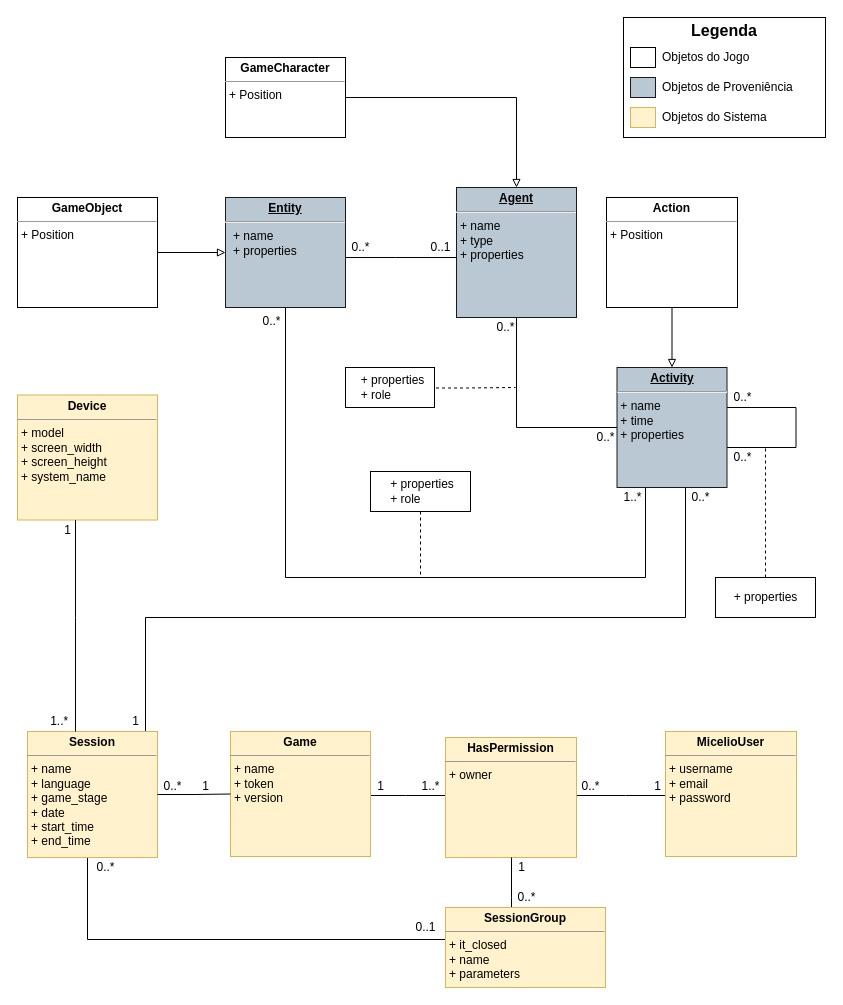
multisens/micelio keeps this draw.io diagram as page "WebAPI Class Model" (4 of 6) of Documentation/Diagramas/Modelo De Dados Proveniencia.drawio. Above is the earlier version. Source tidied: cells renumbered, new cells numbered last; positions are measured from the earlier drawing's top-left corner, leaving out a move shared by most shapes. Both pictures are drawn from the tidied source at 100%, with x=0, y=0 at pixel (17, 17).
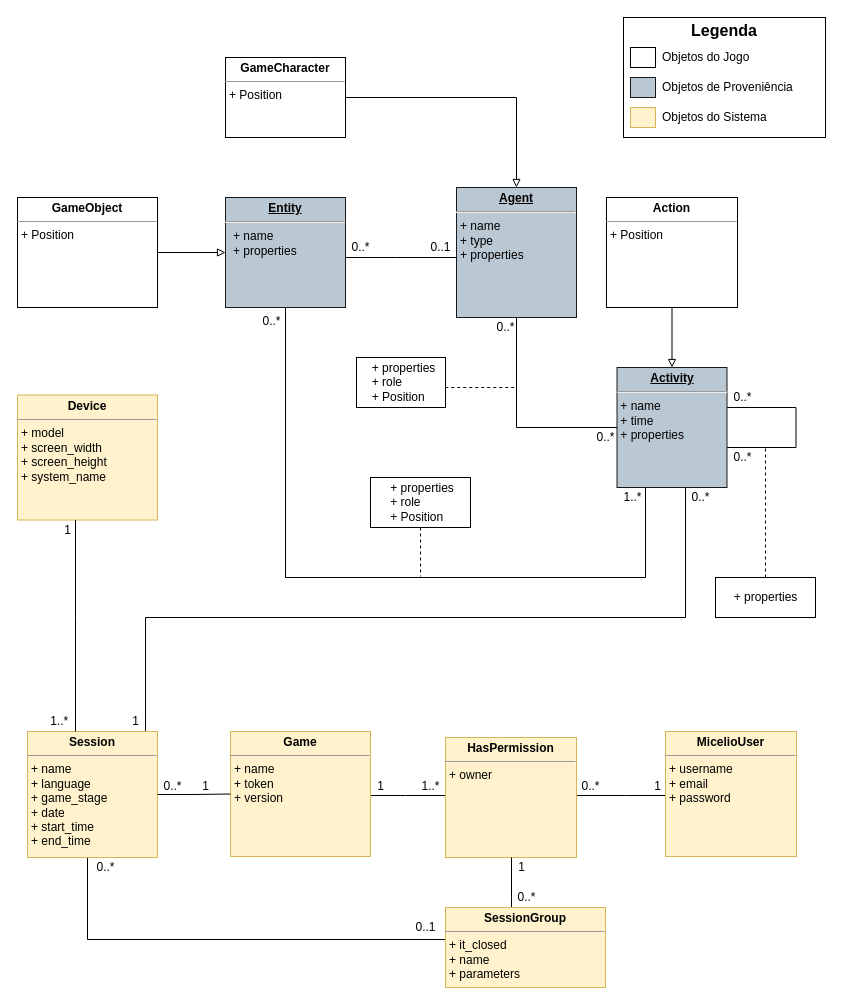
The same page after the edit.

What changed in the source:
```diff
@@
-    <mxCell id="39" value="&lt;p style=&quot;text-align: left ; margin: 0px 0px 0px 4px&quot;&gt;+ properties&lt;/p&gt;&lt;p style=&quot;text-align: left ; margin: 0px 0px 0px 4px&quot;&gt;+ role&lt;/p&gt;" style="shape=umlLifeline;perimeter=lifelinePerimeter;whiteSpace=wrap;html=1;" parent="1" vertex="1">
-      <mxGeometry x="353" y="454" width="100" height="105" as="geometry" />
+    <mxCell id="39" value="&lt;p style=&quot;text-align: left ; margin: 0px 0px 0px 4px&quot;&gt;+ properties&lt;/p&gt;&lt;p style=&quot;text-align: left ; margin: 0px 0px 0px 4px&quot;&gt;+ role&lt;/p&gt;&lt;p style=&quot;text-align: left ; margin: 0px 0px 0px 4px&quot;&gt;&lt;span&gt;+ Position&lt;/span&gt;&lt;br&gt;&lt;/p&gt;" style="shape=umlLifeline;perimeter=lifelinePerimeter;whiteSpace=wrap;html=1;size=50;" parent="1" vertex="1">
+      <mxGeometry x="353" y="460" width="100" height="99" as="geometry" />
     </mxCell>
-    <mxCell id="40" style="edgeStyle=orthogonalEdgeStyle;rounded=0;jettySize=auto;html=1;endArrow=none;endFill=0;dashed=1;exitX=1.017;exitY=0.512;exitDx=0;exitDy=0;exitPerimeter=0;" parent="1" edge="1" source="41">
+    <mxCell id="40" style="edgeStyle=orthogonalEdgeStyle;rounded=0;jettySize=auto;html=1;endArrow=none;endFill=0;dashed=1;exitX=0.997;exitY=0.599;exitDx=0;exitDy=0;exitPerimeter=0;" parent="1" edge="1" source="41">
       <mxGeometry relative="1" as="geometry">
         <mxPoint x="498" y="370" as="targetPoint" />
         <Array as="points">
-          <mxPoint x="449" y="371" />
+          <mxPoint x="429" y="370" />
         </Array>
       </mxGeometry>
     </mxCell>
-    <mxCell id="41" value="&lt;p style=&quot;text-align: left ; margin: 0px 0px 0px 4px&quot;&gt;+ properties&lt;/p&gt;&lt;p style=&quot;text-align: left ; margin: 0px 0px 0px 4px&quot;&gt;+ role&lt;/p&gt;" style="html=1;" parent="1" vertex="1">
-      <mxGeometry x="328" y="350" width="89" height="40" as="geometry" />
+    <mxCell id="41" value="&lt;p style=&quot;text-align: left ; margin: 0px 0px 0px 4px&quot;&gt;+ properties&lt;/p&gt;&lt;p style=&quot;text-align: left ; margin: 0px 0px 0px 4px&quot;&gt;+ role&lt;/p&gt;&lt;p style=&quot;text-align: left ; margin: 0px 0px 0px 4px&quot;&gt;+ Position&lt;br&gt;&lt;/p&gt;" style="html=1;" parent="1" vertex="1">
+      <mxGeometry x="339" y="340" width="89" height="50" as="geometry" />
     </mxCell>
```
